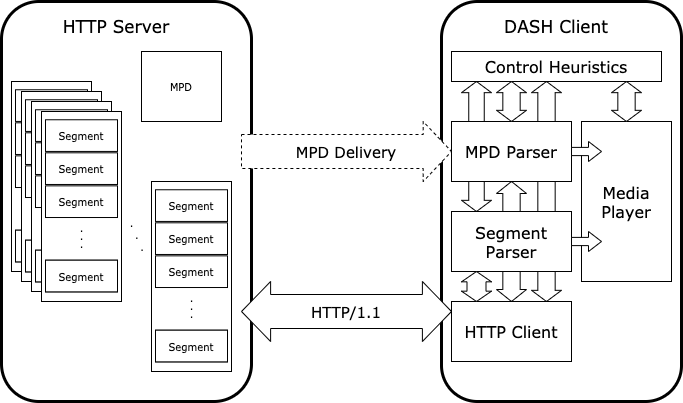
Before: img/dasharch.png, a diagram exported from draw.io (xxliu95/TFM). Source tidied: cells renumbered, new cells last; positions are measured from the earlier drawing's top-left corner, leaving out a move shared by most shapes.
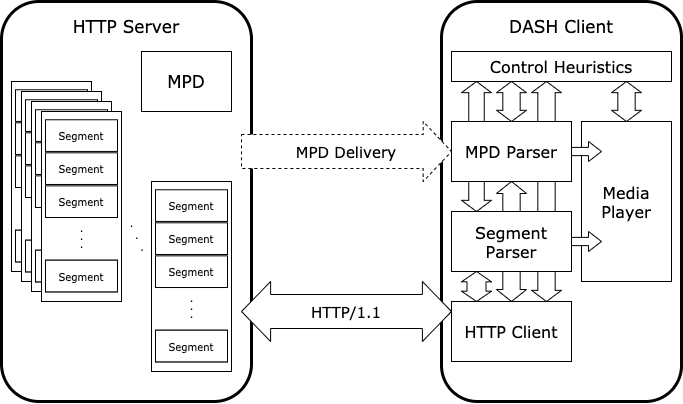
Above is the later version.

The edit, as a diff of the source:
```diff
@@ -18,10 +18,10 @@
       <mxGeometry width="250" height="400" as="geometry" />
     </mxCell>
     <mxCell id="7" value="HTTP Server" style="text;html=1;strokeColor=none;fillColor=none;align=center;verticalAlign=middle;whiteSpace=wrap;rounded=0;fontSize=17;fontFamily=Verdana;" parent="1" vertex="1">
-      <mxGeometry x="60" y="10" width="110" height="30" as="geometry" />
+      <mxGeometry x="70" y="10" width="110" height="30" as="geometry" />
     </mxCell>
     <mxCell id="8" value="DASH Client" style="text;html=1;strokeColor=none;fillColor=none;align=center;verticalAlign=middle;whiteSpace=wrap;rounded=0;fontSize=17;fontFamily=Verdana;" parent="1" vertex="1">
-      <mxGeometry x="500" y="10" width="110" height="30" as="geometry" />
+      <mxGeometry x="505" y="10" width="110" height="30" as="geometry" />
     </mxCell>
     <mxCell id="9" style="group;" parent="1" vertex="1">
       <mxGeometry x="10" y="80" width="80" height="190" as="geometry" />
@@ -146,8 +146,8 @@
     <mxCell id="49" value=".&lt;br&gt;&amp;nbsp; &amp;nbsp;.&lt;br&gt;&amp;nbsp; &amp;nbsp; &amp;nbsp; ." style="text;html=1;align=center;verticalAlign=middle;strokeColor=none;fontSize=10;fontFamily=Verdana;" parent="1" vertex="1">
       <mxGeometry x="110" y="213" width="40" height="40" as="geometry" />
     </mxCell>
-    <mxCell id="50" value="MPD" style="rounded=0;whiteSpace=wrap;html=1;fontFamily=Verdana;fontSize=10;strokeColor=#000000;strokeWidth=1;fillColor=#FFFFFF;" parent="1" vertex="1">
-      <mxGeometry x="140" y="50" width="80" height="70" as="geometry" />
+    <mxCell id="50" value="&lt;font style=&quot;font-size: 17px&quot;&gt;MPD&lt;/font&gt;" style="rounded=0;whiteSpace=wrap;html=1;fontFamily=Verdana;fontSize=10;strokeColor=#000000;strokeWidth=1;fillColor=#FFFFFF;" parent="1" vertex="1">
+      <mxGeometry x="140" y="50" width="90" height="60" as="geometry" />
     </mxCell>
     <mxCell id="51" value="&lt;font style=&quot;font-size: 15px&quot;&gt;MPD Delivery&lt;/font&gt;" style="shape=singleArrow;whiteSpace=wrap;html=1;fontFamily=Verdana;fontSize=10;strokeColor=#000000;strokeWidth=1;fillColor=#FFFFFF;arrowWidth=0.5666666666666619;arrowSize=0.1348484848484844;dashed=1;" parent="1" vertex="1">
       <mxGeometry x="240" y="120" width="210" height="60" as="geometry" />
@@ -159,7 +159,7 @@
       <mxGeometry x="450" y="120" width="120" height="60" as="geometry" />
     </mxCell>
     <mxCell id="54" value="&lt;font style=&quot;font-size: 16px&quot;&gt;Control Heuristics&lt;br&gt;&lt;/font&gt;" style="rounded=0;whiteSpace=wrap;html=1;fontFamily=Verdana;fontSize=10;strokeColor=#000000;strokeWidth=1;fillColor=#FFFFFF;" parent="1" vertex="1">
-      <mxGeometry x="450" y="50" width="210" height="30" as="geometry" />
+      <mxGeometry x="450" y="50" width="220" height="30" as="geometry" />
     </mxCell>
     <mxCell id="55" value="&lt;font style=&quot;font-size: 16px&quot;&gt;Segment&lt;br&gt;&lt;span style=&quot;color: rgba(0 , 0 , 0 , 0) ; font-family: monospace ; font-size: 0px&quot;&gt;%3CmxGraphModel%3E%3Croot%3E%3CmxCell%20id%3D%220%22%2F%3E%3CmxCell%20id%3D%221%22%20parent%3D%220%22%2F%3E%3CmxCell%20id%3D%222%22%20value%3D%22%26lt%3Bfont%20style%3D%26quot%3Bfont-size%3A%2016px%26quot%3B%26gt%3BMPD%20Parser%26lt%3B%2Ffont%26gt%3B%22%20style%3D%22rounded%3D0%3BwhiteSpace%3Dwrap%3Bhtml%3D1%3BfontFamily%3DVerdana%3BfontSize%3D10%3BstrokeColor%3D%23000000%3BstrokeWidth%3D1%3BfillColor%3D%23FFFFFF%3B%22%20vertex%3D%221%22%20parent%3D%221%22%3E%3CmxGeometry%20x%3D%22530%22%20y%3D%22240%22%20width%3D%22120%22%20height%3D%2260%22%20as%3D%22geometry%22%2F%3E%3C%2FmxCell%3E%3C%2Froot%3E%3C%2FmxGraphModel%3E&lt;/span&gt;Parser&lt;/font&gt;" style="rounded=0;whiteSpace=wrap;html=1;fontFamily=Verdana;fontSize=10;strokeColor=#000000;strokeWidth=1;fillColor=#FFFFFF;" parent="1" vertex="1">
       <mxGeometry x="450" y="210" width="120" height="60" as="geometry" />
```
